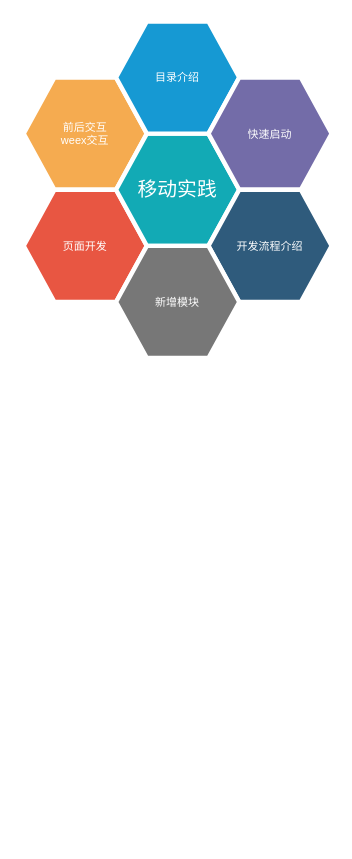
The draw.io diagram project-programming.drawio in jiahwa/mydiagrams, before the edit. Source tidied: cells renumbered, new cells numbered last; positions are measured from the earlier drawing's top-left corner, leaving out a move shared by most shapes. Both pictures are drawn from the tidied source at 110%, with x=0, y=0 at pixel (23, 21).
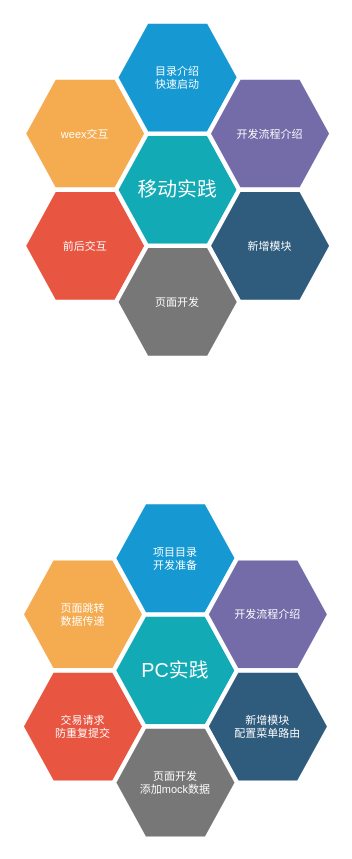
After the change.

Change to the diagram source:
```diff
@@
 <mxGraphModel>
   <root>
     <mxCell id="0" />
     <mxCell id="1" parent="0" />
-    <mxCell id="2" value="前后交互&lt;br&gt;weex交互" style="shape=hexagon;strokeWidth=4;html=1;fillColor=#F5AB50;strokeColor=#ffffff;shadow=0;fontSize=10;fontColor=#FFFFFF;align=center;fontStyle=0;whiteSpace=wrap;spacing=10;rounded=0;" parent="1" vertex="1">
+    <mxCell id="2" value="weex交互" style="shape=hexagon;strokeWidth=4;html=1;fillColor=#F5AB50;strokeColor=#ffffff;shadow=0;fontSize=10;fontColor=#FFFFFF;align=center;fontStyle=0;whiteSpace=wrap;spacing=10;rounded=0;" parent="1" vertex="1">
       <mxGeometry y="51" width="112" height="102" as="geometry" />
     </mxCell>
-    <mxCell id="3" value="页面开发" style="shape=hexagon;strokeWidth=4;html=1;fillColor=#E85642;strokeColor=#ffffff;shadow=0;fontSize=10;fontColor=#FFFFFF;align=center;fontStyle=0;whiteSpace=wrap;spacing=10;rounded=0;" parent="1" vertex="1">
+    <mxCell id="3" value="&lt;span&gt;前后交互&lt;/span&gt;" style="shape=hexagon;strokeWidth=4;html=1;fillColor=#E85642;strokeColor=#ffffff;shadow=0;fontSize=10;fontColor=#FFFFFF;align=center;fontStyle=0;whiteSpace=wrap;spacing=10;rounded=0;" parent="1" vertex="1">
       <mxGeometry y="153" width="112" height="102" as="geometry" />
     </mxCell>
     <mxCell id="4" value="&lt;font style=&quot;font-size: 18px&quot;&gt;移动实践&lt;/font&gt;" style="shape=hexagon;strokeWidth=4;html=1;fillColor=#12AAB5;strokeColor=#ffffff;shadow=0;fontSize=10;fontColor=#FFFFFF;align=center;fontStyle=0;whiteSpace=wrap;spacing=10;rounded=0;" parent="1" vertex="1">
       <mxGeometry x="84" y="102" width="112" height="102" as="geometry" />
     </mxCell>
-    <mxCell id="5" value="目录介绍" style="shape=hexagon;strokeWidth=4;html=1;fillColor=#1699D3;strokeColor=#ffffff;shadow=0;fontSize=10;fontColor=#FFFFFF;align=center;fontStyle=0;whiteSpace=wrap;spacing=10;rounded=0;" parent="1" vertex="1">
+    <mxCell id="5" value="目录介绍&lt;br&gt;快速启动" style="shape=hexagon;strokeWidth=4;html=1;fillColor=#1699D3;strokeColor=#ffffff;shadow=0;fontSize=10;fontColor=#FFFFFF;align=center;fontStyle=0;whiteSpace=wrap;spacing=10;rounded=0;" parent="1" vertex="1">
       <mxGeometry x="84" width="112" height="102" as="geometry" />
     </mxCell>
-    <mxCell id="6" value="快速启动" style="shape=hexagon;strokeWidth=4;html=1;fillColor=#736CA8;strokeColor=#ffffff;shadow=0;fontSize=10;fontColor=#FFFFFF;align=center;fontStyle=0;whiteSpace=wrap;spacing=10;rounded=0;" parent="1" vertex="1">
+    <mxCell id="6" value="&lt;span&gt;开发流程介绍&lt;/span&gt;" style="shape=hexagon;strokeWidth=4;html=1;fillColor=#736CA8;strokeColor=#ffffff;shadow=0;fontSize=10;fontColor=#FFFFFF;align=center;fontStyle=0;whiteSpace=wrap;spacing=10;rounded=0;" parent="1" vertex="1">
       <mxGeometry x="168" y="51" width="112" height="102" as="geometry" />
     </mxCell>
-    <mxCell id="7" value="开发流程介绍" style="shape=hexagon;strokeWidth=4;html=1;fillColor=#2F5B7C;strokeColor=#ffffff;shadow=0;fontSize=10;fontColor=#FFFFFF;align=center;fontStyle=0;whiteSpace=wrap;spacing=10;rounded=0;" parent="1" vertex="1">
+    <mxCell id="7" value="&lt;span&gt;新增模块&lt;/span&gt;" style="shape=hexagon;strokeWidth=4;html=1;fillColor=#2F5B7C;strokeColor=#ffffff;shadow=0;fontSize=10;fontColor=#FFFFFF;align=center;fontStyle=0;whiteSpace=wrap;spacing=10;rounded=0;" parent="1" vertex="1">
       <mxGeometry x="168" y="153" width="112" height="102" as="geometry" />
     </mxCell>
-    <mxCell id="8" value="新增模块" style="shape=hexagon;strokeWidth=4;html=1;fillColor=#777777;strokeColor=#ffffff;shadow=0;fontSize=10;fontColor=#FFFFFF;align=center;fontStyle=0;whiteSpace=wrap;spacing=10;rounded=0;" parent="1" vertex="1">
+    <mxCell id="8" value="&lt;span&gt;页面开发&lt;/span&gt;" style="shape=hexagon;strokeWidth=4;html=1;fillColor=#777777;strokeColor=#ffffff;shadow=0;fontSize=10;fontColor=#FFFFFF;align=center;fontStyle=0;whiteSpace=wrap;spacing=10;rounded=0;" parent="1" vertex="1">
       <mxGeometry x="84" y="204" width="112" height="102" as="geometry" />
     </mxCell>
+    <mxCell id="9" value="页面跳转&lt;br&gt;数据传递" style="shape=hexagon;strokeWidth=4;html=1;fillColor=#F5AB50;strokeColor=#ffffff;shadow=0;fontSize=10;fontColor=#FFFFFF;align=center;fontStyle=0;whiteSpace=wrap;spacing=10;rounded=0;" parent="1" vertex="1">
+      <mxGeometry x="-2" y="488" width="112" height="102" as="geometry" />
+    </mxCell>
+    <mxCell id="10" value="交易请求&lt;br&gt;防重复提交" style="shape=hexagon;strokeWidth=4;html=1;fillColor=#E85642;strokeColor=#ffffff;shadow=0;fontSize=10;fontColor=#FFFFFF;align=center;fontStyle=0;whiteSpace=wrap;spacing=10;rounded=0;" parent="1" vertex="1">
+      <mxGeometry x="-2" y="590" width="112" height="102" as="geometry" />
+    </mxCell>
+    <mxCell id="11" value="&lt;font style=&quot;font-size: 18px&quot;&gt;PC实践&lt;/font&gt;" style="shape=hexagon;strokeWidth=4;html=1;fillColor=#12AAB5;strokeColor=#ffffff;shadow=0;fontSize=10;fontColor=#FFFFFF;align=center;fontStyle=0;whiteSpace=wrap;spacing=10;rounded=0;" parent="1" vertex="1">
+      <mxGeometry x="82" y="539" width="112" height="102" as="geometry" />
+    </mxCell>
+    <mxCell id="12" value="项目目录&lt;br&gt;开发准备" style="shape=hexagon;strokeWidth=4;html=1;fillColor=#1699D3;strokeColor=#ffffff;shadow=0;fontSize=10;fontColor=#FFFFFF;align=center;fontStyle=0;whiteSpace=wrap;spacing=10;rounded=0;" parent="1" vertex="1">
+      <mxGeometry x="82" y="437" width="112" height="102" as="geometry" />
+    </mxCell>
+    <mxCell id="13" value="开发流程介绍" style="shape=hexagon;strokeWidth=4;html=1;fillColor=#736CA8;strokeColor=#ffffff;shadow=0;fontSize=10;fontColor=#FFFFFF;align=center;fontStyle=0;whiteSpace=wrap;spacing=10;rounded=0;" parent="1" vertex="1">
+      <mxGeometry x="166" y="488" width="112" height="102" as="geometry" />
+    </mxCell>
+    <mxCell id="14" value="新增模块&lt;br&gt;配置菜单路由&lt;br&gt;" style="shape=hexagon;strokeWidth=4;html=1;fillColor=#2F5B7C;strokeColor=#ffffff;shadow=0;fontSize=10;fontColor=#FFFFFF;align=center;fontStyle=0;whiteSpace=wrap;spacing=10;rounded=0;" parent="1" vertex="1">
+      <mxGeometry x="166" y="590" width="112" height="102" as="geometry" />
+    </mxCell>
+    <mxCell id="15" value="&lt;span&gt;页面开发&lt;br&gt;&lt;/span&gt;添加mock数据&lt;span&gt;&lt;br&gt;&lt;/span&gt;" style="shape=hexagon;strokeWidth=4;html=1;fillColor=#777777;strokeColor=#ffffff;shadow=0;fontSize=10;fontColor=#FFFFFF;align=center;fontStyle=0;whiteSpace=wrap;spacing=10;rounded=0;" parent="1" vertex="1">
+      <mxGeometry x="82" y="641" width="112" height="102" as="geometry" />
+    </mxCell>
   </root>
 </mxGraphModel>
```
